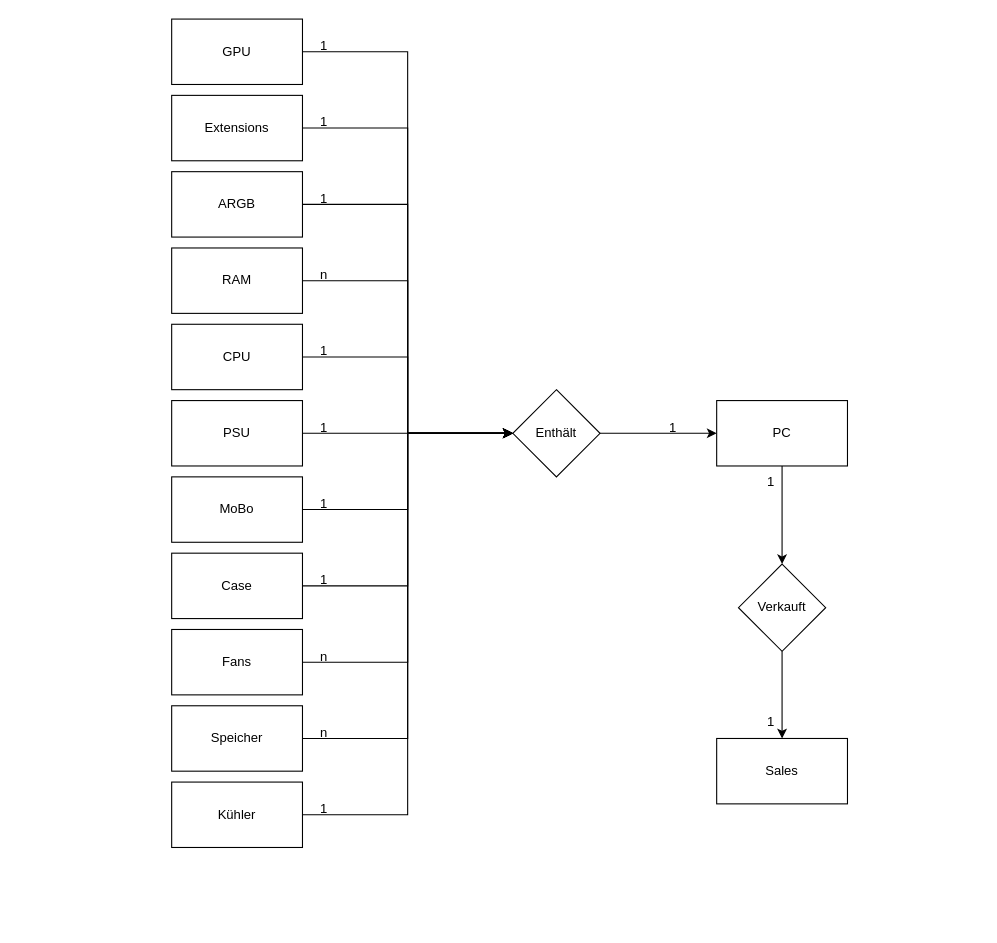
Earlier version of the draw.io diagram ERM.drawio (Flumby124/PC_Flipping). Source tidied: cells renumbered, new cells numbered last; positions are measured from the earlier drawing's top-left corner, leaving out a move shared by most shapes. Both pictures are drawn from the tidied source at 109%, with x=0, y=0 at pixel (171, 19).
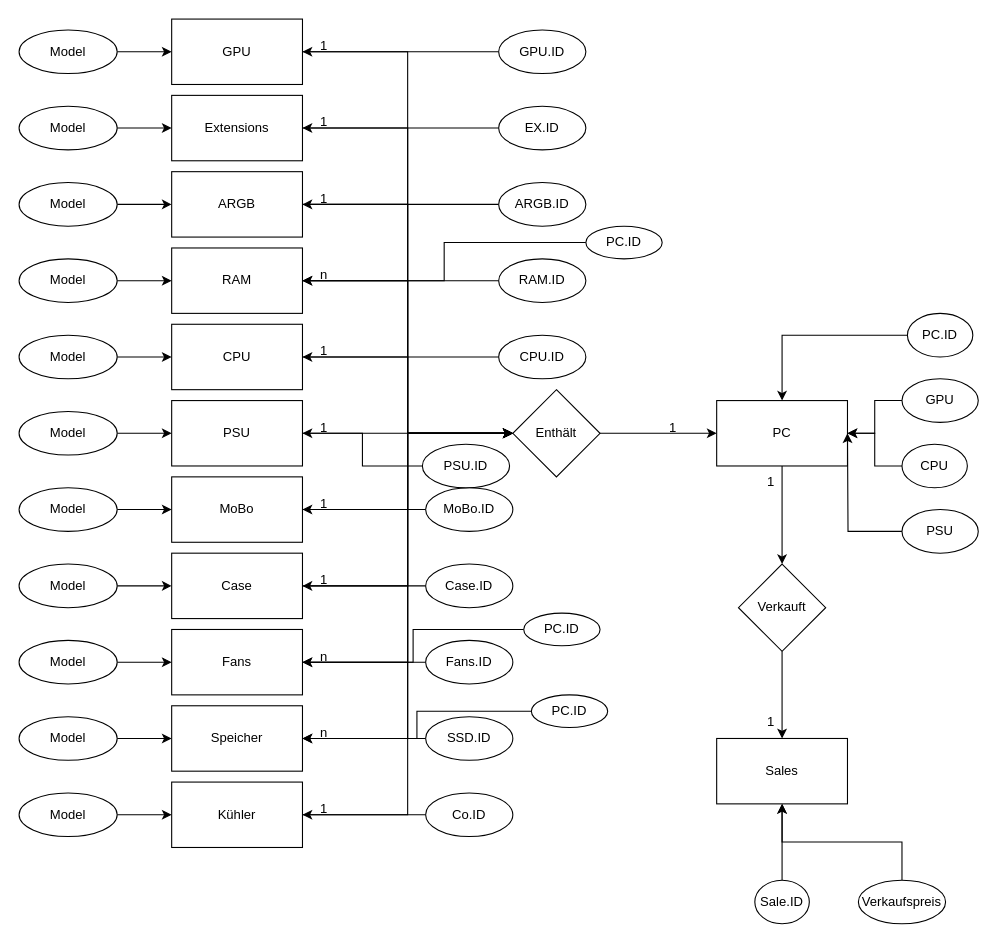
Above is the later version.

Unchanged cells that the change refers to:
```xml
<mxCell id="5" value="GPU" style="rounded=0;whiteSpace=wrap;html=1;" parent="1" vertex="1">
  <mxGeometry width="120" height="60" as="geometry" />
</mxCell>
<mxCell id="7" value="CPU" style="rounded=0;whiteSpace=wrap;html=1;" parent="1" vertex="1">
  <mxGeometry y="280" width="120" height="60" as="geometry" />
</mxCell>
<mxCell id="9" value="RAM" style="rounded=0;whiteSpace=wrap;html=1;" parent="1" vertex="1">
  <mxGeometry y="210" width="120" height="60" as="geometry" />
</mxCell>
<mxCell id="11" value="Speicher" style="rounded=0;whiteSpace=wrap;html=1;" parent="1" vertex="1">
  <mxGeometry y="630" width="120" height="60" as="geometry" />
</mxCell>
<mxCell id="13" value="MoBo" style="rounded=0;whiteSpace=wrap;html=1;" parent="1" vertex="1">
  <mxGeometry y="420" width="120" height="60" as="geometry" />
</mxCell>
<mxCell id="15" value="Case" style="rounded=0;whiteSpace=wrap;html=1;" parent="1" vertex="1">
  <mxGeometry y="490" width="120" height="60" as="geometry" />
</mxCell>
<mxCell id="17" value="Fans" style="rounded=0;whiteSpace=wrap;html=1;" parent="1" vertex="1">
  <mxGeometry y="560" width="120" height="60" as="geometry" />
</mxCell>
<mxCell id="19" value="PC" style="rounded=0;whiteSpace=wrap;html=1;" parent="1" vertex="1">
  <mxGeometry x="500" y="350" width="120" height="60" as="geometry" />
</mxCell>
<mxCell id="21" value="Kühler" style="rounded=0;whiteSpace=wrap;html=1;" parent="1" vertex="1">
  <mxGeometry y="700" width="120" height="60" as="geometry" />
</mxCell>
<mxCell id="23" value="PSU" style="rounded=0;whiteSpace=wrap;html=1;" parent="1" vertex="1">
  <mxGeometry y="350" width="120" height="60" as="geometry" />
</mxCell>
<mxCell id="25" value="Extensions" style="rounded=0;whiteSpace=wrap;html=1;" parent="1" vertex="1">
  <mxGeometry y="70" width="120" height="60" as="geometry" />
</mxCell>
<mxCell id="27" value="ARGB" style="rounded=0;whiteSpace=wrap;html=1;" parent="1" vertex="1">
  <mxGeometry y="140" width="120" height="60" as="geometry" />
</mxCell>
<mxCell id="42" value="Sales" style="rounded=0;whiteSpace=wrap;html=1;" parent="1" vertex="1">
  <mxGeometry x="500" y="660" width="120" height="60" as="geometry" />
</mxCell>
```

What changed in the source:
```diff
@@
+    <mxCell id="45" style="edgeStyle=orthogonalEdgeStyle;rounded=0;jettySize=auto;html=1;exitX=0;exitY=0.5;exitDx=0;exitDy=0;entryX=1;entryY=0.5;entryDx=0;entryDy=0;" parent="1" edge="1" source="46" target="19">
+      <mxGeometry relative="1" as="geometry" />
+    </mxCell>
+    <mxCell id="46" value="GPU" style="ellipse;whiteSpace=wrap;html=1;" parent="1" vertex="1">
+      <mxGeometry x="670" y="330" width="70" height="40" as="geometry" />
+    </mxCell>
+    <mxCell id="47" style="edgeStyle=orthogonalEdgeStyle;rounded=0;jettySize=auto;html=1;exitX=0;exitY=0.5;exitDx=0;exitDy=0;entryX=1;entryY=0.5;entryDx=0;entryDy=0;" parent="1" edge="1" source="48" target="19">
+      <mxGeometry relative="1" as="geometry" />
+    </mxCell>
+    <mxCell id="48" value="CPU" style="ellipse;whiteSpace=wrap;html=1;" parent="1" vertex="1">
+      <mxGeometry x="670" y="390" width="60" height="40" as="geometry" />
+    </mxCell>
+    <mxCell id="49" style="edgeStyle=orthogonalEdgeStyle;rounded=0;jettySize=auto;html=1;exitX=0;exitY=0.5;exitDx=0;exitDy=0;" parent="1" edge="1" source="50">
+      <mxGeometry relative="1" as="geometry">
+        <mxPoint x="620" y="380" as="targetPoint" />
+      </mxGeometry>
+    </mxCell>
+    <mxCell id="50" value="PSU" style="ellipse;whiteSpace=wrap;html=1;" parent="1" vertex="1">
+      <mxGeometry x="670" y="450" width="70" height="40" as="geometry" />
+    </mxCell>
+    <mxCell id="51" style="edgeStyle=orthogonalEdgeStyle;rounded=0;jettySize=auto;html=1;exitX=0;exitY=0.5;exitDx=0;exitDy=0;entryX=0.5;entryY=0;entryDx=0;entryDy=0;" parent="1" edge="1" source="52" target="19">
+      <mxGeometry relative="1" as="geometry" />
+    </mxCell>
+    <mxCell id="52" value="PC.ID" style="ellipse;whiteSpace=wrap;html=1;" parent="1" vertex="1">
+      <mxGeometry x="675" y="270" width="60" height="40" as="geometry" />
+    </mxCell>
+    <mxCell id="53" style="edgeStyle=orthogonalEdgeStyle;rounded=0;jettySize=auto;html=1;" parent="1" edge="1" source="54" target="42">
+      <mxGeometry relative="1" as="geometry" />
+    </mxCell>
+    <mxCell id="54" value="Sale.ID" style="ellipse;whiteSpace=wrap;html=1;" parent="1" vertex="1">
+      <mxGeometry x="535" y="790" width="50" height="40" as="geometry" />
+    </mxCell>
+    <mxCell id="55" style="edgeStyle=orthogonalEdgeStyle;rounded=0;jettySize=auto;html=1;exitX=0.5;exitY=0;exitDx=0;exitDy=0;" parent="1" edge="1" source="56" target="42">
+      <mxGeometry relative="1" as="geometry" />
+    </mxCell>
+    <mxCell id="56" value="Verkaufspreis" style="ellipse;whiteSpace=wrap;html=1;" parent="1" vertex="1">
+      <mxGeometry x="630" y="790" width="80" height="40" as="geometry" />
+    </mxCell>
+    <mxCell id="57" style="edgeStyle=orthogonalEdgeStyle;rounded=0;jettySize=auto;html=1;exitX=0;exitY=0.5;exitDx=0;exitDy=0;" parent="1" edge="1" source="58" target="5">
+      <mxGeometry relative="1" as="geometry" />
+    </mxCell>
+    <mxCell id="58" value="GPU.ID" style="ellipse;whiteSpace=wrap;html=1;" parent="1" vertex="1">
+      <mxGeometry x="300" y="10" width="80" height="40" as="geometry" />
+    </mxCell>
+    <mxCell id="59" style="edgeStyle=orthogonalEdgeStyle;rounded=0;jettySize=auto;html=1;" parent="1" edge="1" source="60" target="11">
+      <mxGeometry relative="1" as="geometry" />
+    </mxCell>
+    <mxCell id="60" value="PC.ID" style="ellipse;whiteSpace=wrap;html=1;" parent="1" vertex="1">
+      <mxGeometry x="330" y="620" width="70" height="30" as="geometry" />
+    </mxCell>
+    <mxCell id="61" style="edgeStyle=orthogonalEdgeStyle;rounded=0;jettySize=auto;html=1;" parent="1" edge="1" source="62" target="17">
+      <mxGeometry relative="1" as="geometry" />
+    </mxCell>
+    <mxCell id="62" value="PC.ID" style="ellipse;whiteSpace=wrap;html=1;" parent="1" vertex="1">
+      <mxGeometry x="323" y="545" width="70" height="30" as="geometry" />
+    </mxCell>
+    <mxCell id="63" style="edgeStyle=orthogonalEdgeStyle;rounded=0;jettySize=auto;html=1;exitX=0;exitY=0.5;exitDx=0;exitDy=0;" parent="1" edge="1" source="64" target="9">
+      <mxGeometry relative="1" as="geometry" />
+    </mxCell>
+    <mxCell id="64" value="PC.ID" style="ellipse;whiteSpace=wrap;html=1;" parent="1" vertex="1">
+      <mxGeometry x="380" y="190" width="70" height="30" as="geometry" />
+    </mxCell>
+    <mxCell id="65" style="edgeStyle=orthogonalEdgeStyle;rounded=0;jettySize=auto;html=1;exitX=0;exitY=0.5;exitDx=0;exitDy=0;" parent="1" edge="1" source="66" target="25">
+      <mxGeometry relative="1" as="geometry" />
+    </mxCell>
+    <mxCell id="66" value="EX.ID" style="ellipse;whiteSpace=wrap;html=1;" parent="1" vertex="1">
+      <mxGeometry x="300" y="80" width="80" height="40" as="geometry" />
+    </mxCell>
+    <mxCell id="67" style="edgeStyle=orthogonalEdgeStyle;rounded=0;jettySize=auto;html=1;exitX=0;exitY=0.5;exitDx=0;exitDy=0;" parent="1" edge="1" source="68" target="27">
+      <mxGeometry relative="1" as="geometry" />
+    </mxCell>
+    <mxCell id="68" value="ARGB.ID" style="ellipse;whiteSpace=wrap;html=1;" parent="1" vertex="1">
+      <mxGeometry x="300" y="150" width="80" height="40" as="geometry" />
+    </mxCell>
+    <mxCell id="69" style="edgeStyle=orthogonalEdgeStyle;rounded=0;jettySize=auto;html=1;exitX=0;exitY=0.5;exitDx=0;exitDy=0;" parent="1" edge="1" source="70" target="9">
+      <mxGeometry relative="1" as="geometry" />
+    </mxCell>
+    <mxCell id="70" value="RAM.ID" style="ellipse;whiteSpace=wrap;html=1;" parent="1" vertex="1">
+      <mxGeometry x="300" y="220" width="80" height="40" as="geometry" />
+    </mxCell>
+    <mxCell id="71" style="edgeStyle=orthogonalEdgeStyle;rounded=0;jettySize=auto;html=1;exitX=0;exitY=0.5;exitDx=0;exitDy=0;" parent="1" edge="1" source="72" target="7">
+      <mxGeometry relative="1" as="geometry" />
+    </mxCell>
+    <mxCell id="72" value="CPU.ID" style="ellipse;whiteSpace=wrap;html=1;" parent="1" vertex="1">
+      <mxGeometry x="300" y="290" width="80" height="40" as="geometry" />
+    </mxCell>
+    <mxCell id="73" style="edgeStyle=orthogonalEdgeStyle;rounded=0;jettySize=auto;html=1;exitX=0;exitY=0.5;exitDx=0;exitDy=0;" parent="1" edge="1" source="74" target="13">
+      <mxGeometry relative="1" as="geometry" />
+    </mxCell>
+    <mxCell id="74" value="MoBo.ID" style="ellipse;whiteSpace=wrap;html=1;" parent="1" vertex="1">
+      <mxGeometry x="233" y="430" width="80" height="40" as="geometry" />
+    </mxCell>
+    <mxCell id="75" style="edgeStyle=orthogonalEdgeStyle;rounded=0;jettySize=auto;html=1;exitX=0;exitY=0.5;exitDx=0;exitDy=0;" parent="1" edge="1" source="76" target="23">
+      <mxGeometry relative="1" as="geometry" />
+    </mxCell>
+    <mxCell id="76" value="PSU.ID" style="ellipse;whiteSpace=wrap;html=1;" parent="1" vertex="1">
+      <mxGeometry x="230" y="390" width="80" height="40" as="geometry" />
+    </mxCell>
+    <mxCell id="77" style="edgeStyle=orthogonalEdgeStyle;rounded=0;jettySize=auto;html=1;" parent="1" edge="1" source="78" target="15">
+      <mxGeometry relative="1" as="geometry" />
+    </mxCell>
+    <mxCell id="78" value="Case.ID" style="ellipse;whiteSpace=wrap;html=1;" parent="1" vertex="1">
+      <mxGeometry x="233" y="500" width="80" height="40" as="geometry" />
+    </mxCell>
+    <mxCell id="79" style="edgeStyle=orthogonalEdgeStyle;rounded=0;jettySize=auto;html=1;" parent="1" edge="1" source="80" target="17">
+      <mxGeometry relative="1" as="geometry" />
+    </mxCell>
+    <mxCell id="80" value="Fans.ID" style="ellipse;whiteSpace=wrap;html=1;" parent="1" vertex="1">
+      <mxGeometry x="233" y="570" width="80" height="40" as="geometry" />
+    </mxCell>
+    <mxCell id="81" style="edgeStyle=orthogonalEdgeStyle;rounded=0;jettySize=auto;html=1;" parent="1" edge="1" source="82" target="11">
+      <mxGeometry relative="1" as="geometry" />
+    </mxCell>
+    <mxCell id="82" value="SSD.ID" style="ellipse;whiteSpace=wrap;html=1;" parent="1" vertex="1">
+      <mxGeometry x="233" y="640" width="80" height="40" as="geometry" />
+    </mxCell>
+    <mxCell id="83" style="edgeStyle=orthogonalEdgeStyle;rounded=0;jettySize=auto;html=1;" parent="1" edge="1" source="84" target="21">
+      <mxGeometry relative="1" as="geometry" />
+    </mxCell>
+    <mxCell id="84" value="Co.ID" style="ellipse;whiteSpace=wrap;html=1;" parent="1" vertex="1">
+      <mxGeometry x="233" y="710" width="80" height="40" as="geometry" />
+    </mxCell>
+    <mxCell id="85" style="edgeStyle=orthogonalEdgeStyle;rounded=0;jettySize=auto;html=1;exitX=1;exitY=0.5;exitDx=0;exitDy=0;entryX=0;entryY=0.5;entryDx=0;entryDy=0;" parent="1" edge="1" source="86" target="5">
+      <mxGeometry relative="1" as="geometry" />
+    </mxCell>
+    <mxCell id="86" value="Model" style="ellipse;whiteSpace=wrap;html=1;" parent="1" vertex="1">
+      <mxGeometry x="-140" y="10" width="90" height="40" as="geometry" />
+    </mxCell>
+    <mxCell id="87" style="edgeStyle=orthogonalEdgeStyle;rounded=0;jettySize=auto;html=1;exitX=1;exitY=0.5;exitDx=0;exitDy=0;" parent="1" edge="1" source="88" target="25">
+      <mxGeometry relative="1" as="geometry" />
+    </mxCell>
+    <mxCell id="88" value="Model" style="ellipse;whiteSpace=wrap;html=1;" parent="1" vertex="1">
+      <mxGeometry x="-140" y="80" width="90" height="40" as="geometry" />
+    </mxCell>
+    <mxCell id="89" style="edgeStyle=orthogonalEdgeStyle;rounded=0;jettySize=auto;html=1;exitX=1;exitY=0.5;exitDx=0;exitDy=0;" parent="1" edge="1" source="90" target="27">
+      <mxGeometry relative="1" as="geometry" />
+    </mxCell>
+    <mxCell id="90" value="Model" style="ellipse;whiteSpace=wrap;html=1;" parent="1" vertex="1">
+      <mxGeometry x="-140" y="150" width="90" height="40" as="geometry" />
+    </mxCell>
+    <mxCell id="91" style="edgeStyle=orthogonalEdgeStyle;rounded=0;jettySize=auto;html=1;exitX=1;exitY=0.5;exitDx=0;exitDy=0;entryX=0;entryY=0.5;entryDx=0;entryDy=0;" parent="1" edge="1" source="92" target="9">
+      <mxGeometry relative="1" as="geometry" />
+    </mxCell>
+    <mxCell id="92" value="Model" style="ellipse;whiteSpace=wrap;html=1;" parent="1" vertex="1">
+      <mxGeometry x="-140" y="220" width="90" height="40" as="geometry" />
+    </mxCell>
+    <mxCell id="93" style="edgeStyle=orthogonalEdgeStyle;rounded=0;jettySize=auto;html=1;exitX=1;exitY=0.5;exitDx=0;exitDy=0;" parent="1" edge="1" source="94" target="7">
+      <mxGeometry relative="1" as="geometry" />
+    </mxCell>
+    <mxCell id="94" value="Model" style="ellipse;whiteSpace=wrap;html=1;" parent="1" vertex="1">
+      <mxGeometry x="-140" y="290" width="90" height="40" as="geometry" />
+    </mxCell>
+    <mxCell id="95" style="edgeStyle=orthogonalEdgeStyle;rounded=0;jettySize=auto;html=1;exitX=1;exitY=0.5;exitDx=0;exitDy=0;" parent="1" edge="1" source="96" target="15">
+      <mxGeometry relative="1" as="geometry" />
+    </mxCell>
+    <mxCell id="96" value="Model" style="ellipse;whiteSpace=wrap;html=1;" parent="1" vertex="1">
+      <mxGeometry x="-140" y="500" width="90" height="40" as="geometry" />
+    </mxCell>
+    <mxCell id="97" style="edgeStyle=orthogonalEdgeStyle;rounded=0;jettySize=auto;html=1;exitX=1;exitY=0.5;exitDx=0;exitDy=0;" parent="1" edge="1" source="98" target="13">
+      <mxGeometry relative="1" as="geometry" />
+    </mxCell>
+    <mxCell id="98" value="Model" style="ellipse;whiteSpace=wrap;html=1;" parent="1" vertex="1">
+      <mxGeometry x="-140" y="430" width="90" height="40" as="geometry" />
+    </mxCell>
+    <mxCell id="99" style="edgeStyle=orthogonalEdgeStyle;rounded=0;jettySize=auto;html=1;exitX=1;exitY=0.5;exitDx=0;exitDy=0;" parent="1" edge="1" source="100" target="23">
+      <mxGeometry relative="1" as="geometry" />
+    </mxCell>
+    <mxCell id="100" value="Model" style="ellipse;whiteSpace=wrap;html=1;" parent="1" vertex="1">
+      <mxGeometry x="-140" y="360" width="90" height="40" as="geometry" />
+    </mxCell>
+    <mxCell id="101" style="edgeStyle=orthogonalEdgeStyle;rounded=0;jettySize=auto;html=1;exitX=1;exitY=0.5;exitDx=0;exitDy=0;" parent="1" edge="1" source="102" target="17">
+      <mxGeometry relative="1" as="geometry" />
+    </mxCell>
+    <mxCell id="102" value="Model" style="ellipse;whiteSpace=wrap;html=1;" parent="1" vertex="1">
+      <mxGeometry x="-140" y="570" width="90" height="40" as="geometry" />
+    </mxCell>
+    <mxCell id="103" style="edgeStyle=orthogonalEdgeStyle;rounded=0;jettySize=auto;html=1;exitX=1;exitY=0.5;exitDx=0;exitDy=0;" parent="1" edge="1" source="104" target="11">
+      <mxGeometry relative="1" as="geometry" />
+    </mxCell>
+    <mxCell id="104" value="Model" style="ellipse;whiteSpace=wrap;html=1;" parent="1" vertex="1">
+      <mxGeometry x="-140" y="640" width="90" height="40" as="geometry" />
+    </mxCell>
+    <mxCell id="105" style="edgeStyle=orthogonalEdgeStyle;rounded=0;jettySize=auto;html=1;exitX=0;exitY=0.5;exitDx=0;exitDy=0;" parent="1" edge="1" source="106" target="21">
+      <mxGeometry relative="1" as="geometry" />
+    </mxCell>
+    <mxCell id="106" value="Model" style="ellipse;whiteSpace=wrap;html=1;direction=west;" parent="1" vertex="1">
+      <mxGeometry x="-140" y="710" width="90" height="40" as="geometry" />
+    </mxCell>
+    <mxCell id="107" style="edgeStyle=orthogonalEdgeStyle;rounded=0;orthogonalLoop=1;jettySize=auto;html=1;exitX=0.5;exitY=0;exitDx=0;exitDy=0;" parent="1" edge="1" source="106" target="106">
+      <mxGeometry relative="1" as="geometry" />
+    </mxCell>
```
